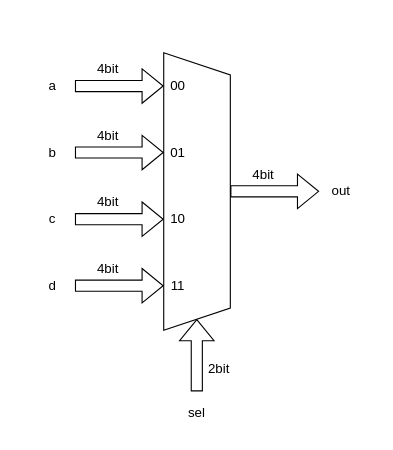
Earlier version of the draw.io diagram page "figure_13" (13 of 14) of assets/images/2021-12-21-verilogHDL_chapter3_combinational_logic/시스템_반도체_설계_3장.drawio (ParkDongho/ParkDongho.github.io). Source tidied: cells renumbered, new cells numbered last; positions are measured from the earlier drawing's top-left corner, leaving out a move shared by most shapes. Both pictures are drawn from the tidied source at 111%, with x=0, y=0 at pixel (19, 52).
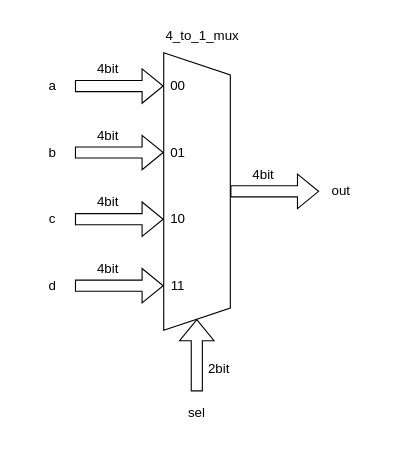
Above is the later version.

What changed in the source:
```diff
@@
+    <mxCell id="25" value="4_to_1_mux" style="text;html=1;strokeColor=none;fillColor=none;align=left;verticalAlign=middle;whiteSpace=wrap;rounded=0;" parent="1" vertex="1">
+      <mxGeometry x="130" y="-30" width="90" height="30" as="geometry" />
+    </mxCell>
```
